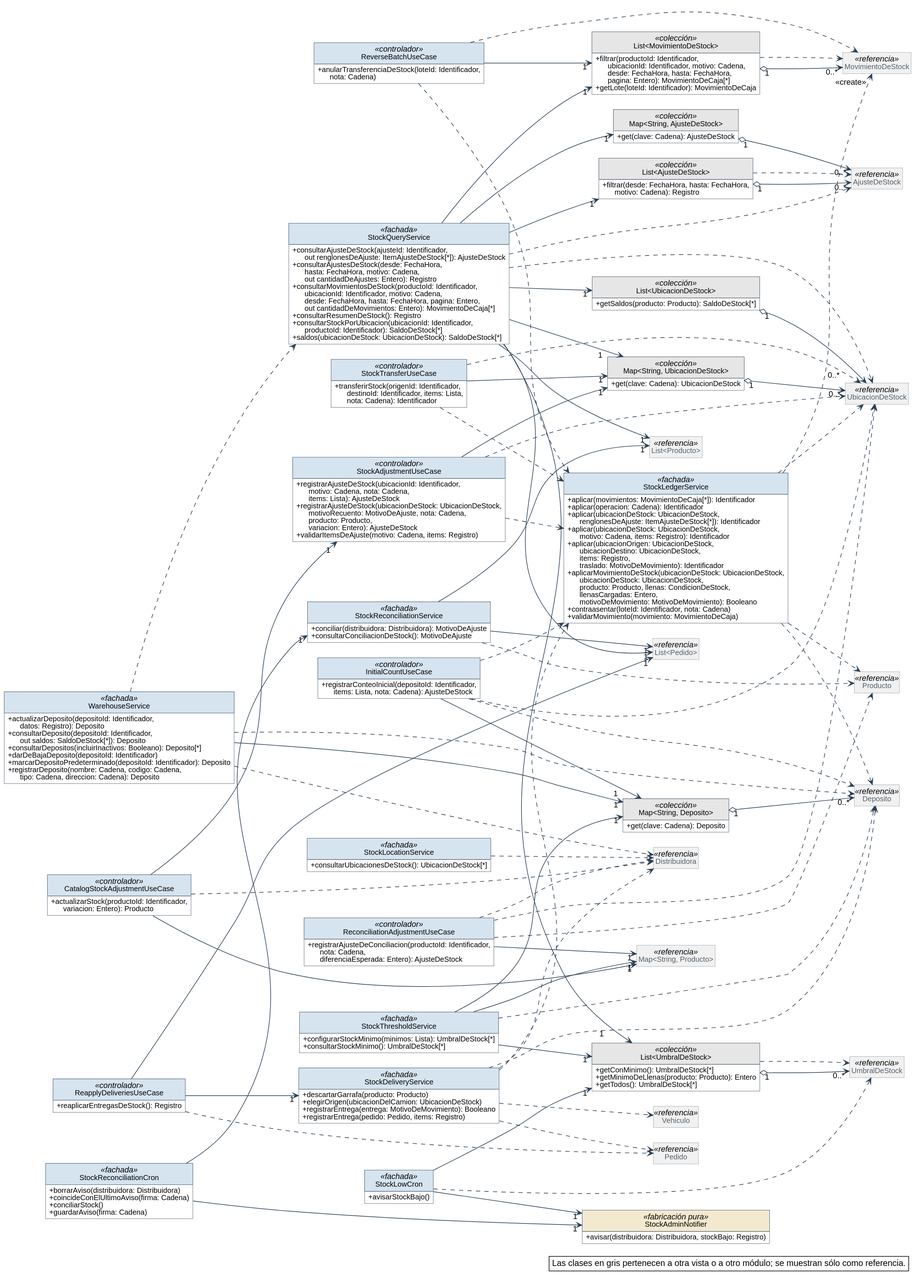
Nahuelito-Dev/splg-docs keeps this PlantUML diagram as diagramas/clases-diseno/DC_Mod_Stock.svg. Above is the earlier version. The source it was exported from:
```plantuml
@startuml
skinparam backgroundColor #FFFFFF
skinparam shadowing false
skinparam defaultFontName Helvetica
skinparam defaultFontSize 13
skinparam dpi 150
skinparam nodesep 40
skinparam ranksep 55
skinparam classAttributeIconSize 0
skinparam roundCorner 0
skinparam genericDisplay old
skinparam class {
  BorderColor #2C4257
  BackgroundColor #FFFFFF
  ArrowColor #2C4257
  FontSize 14
  AttributeFontSize 12
  HeaderBackgroundColor #E8EEF3
}
skinparam class<<referencia>> {
  BackgroundColor #F1F1F1
  BorderColor #8A97A3
  FontColor #55616C
}
skinparam class<<fachada>> {
  HeaderBackgroundColor #D6E4F0
}
skinparam class<<controlador>> {
  HeaderBackgroundColor #D6E4F0
}
skinparam class<<fabricación pura>> {
  HeaderBackgroundColor #F3E9CF
}
skinparam class<<colección>> {
  HeaderBackgroundColor #E6E6E6
}
skinparam class<<adaptador>> {
  HeaderBackgroundColor #DCEBDD
}
skinparam interface {
  BorderColor #2C4257
  BackgroundColor #FFFFFF
  HeaderBackgroundColor #DCEBDD
  FontSize 14
  AttributeFontSize 12
}
skinparam note {
  BackgroundColor #FFFFFF
  BorderColor #2C4257
}
skinparam packageStyle rectangle
skinparam package {
  BorderColor #8A97A3
  FontSize 13
  FontColor #55616C
}
hide circle
hide empty members

left to right direction
skinparam nodesep 25
skinparam ranksep 90
class CatalogStockAdjustmentUseCase <<controlador>> {
  + actualizarStock(productoId: Identificador,\n      variacion: Entero): Producto
}
class StockAdjustmentUseCase <<controlador>> {
  + registrarAjusteDeStock(ubicacionId: Identificador,\n      motivo: Cadena, nota: Cadena,\n      items: Lista): AjusteDeStock
  + registrarAjusteDeStock(ubicacionDeStock: UbicacionDeStock,\n      motivoRecuento: MotivoDeAjuste, nota: Cadena,\n      producto: Producto,\n      variacion: Entero): AjusteDeStock
  + validarItemsDeAjuste(motivo: Cadena, items: Registro)
}
class WarehouseService <<fachada>> {
  + actualizarDeposito(depositoId: Identificador,\n      datos: Registro): Deposito
  + consultarDeposito(depositoId: Identificador,\n      out saldos: SaldoDeStock[*]): Deposito
  + consultarDepositos(incluirInactivos: Booleano): Deposito[*]
  + darDeBajaDeposito(depositoId: Identificador)
  + marcarDepositoPredeterminado(depositoId: Identificador): Deposito
  + registrarDeposito(nombre: Cadena, codigo: Cadena,\n      tipo: Cadena, direccion: Cadena): Deposito
}
class "Map<String, Deposito>" as Map_String_Deposito <<colección>> {
  + get(clave: Cadena): Deposito
}
class StockQueryService <<fachada>> {
  + consultarAjusteDeStock(ajusteId: Identificador,\n      out renglonesDeAjuste: ItemAjusteDeStock[*]): AjusteDeStock
  + consultarAjustesDeStock(desde: FechaHora,\n      hasta: FechaHora, motivo: Cadena,\n      out cantidadDeAjustes: Entero): Registro
  + consultarMovimientosDeStock(productoId: Identificador,\n      ubicacionId: Identificador, motivo: Cadena,\n      desde: FechaHora, hasta: FechaHora, pagina: Entero,\n      out cantidadDeMovimientos: Entero): MovimientoDeCaja[*]
  + consultarResumenDeStock(): Registro
  + consultarStockPorUbicacion(ubicacionId: Identificador,\n      productoId: Identificador): SaldoDeStock[*]
  + saldos(ubicacionDeStock: UbicacionDeStock): SaldoDeStock[*]
}
class "Map<String, UbicacionDeStock>" as Map_String_UbicacionDeStock <<colección>> {
  + get(clave: Cadena): UbicacionDeStock
}
class StockLocationService <<fachada>> {
  + consultarUbicacionesDeStock(): UbicacionDeStock[*]
}
class "List<MovimientoDeStock>" as List_MovimientoDeStock <<colección>> {
  + filtrar(productoId: Identificador,\n      ubicacionId: Identificador, motivo: Cadena,\n      desde: FechaHora, hasta: FechaHora,\n      pagina: Entero): MovimientoDeCaja[*]
  + getLote(loteId: Identificador): MovimientoDeCaja
}
class StockThresholdService <<fachada>> {
  + configurarStockMinimo(minimos: Lista): UmbralDeStock[*]
  + consultarStockMinimo(): UmbralDeStock[*]
}
class "List<UmbralDeStock>" as List_UmbralDeStock <<colección>> {
  + getConMinimo(): UmbralDeStock[*]
  + getMinimoDeLlenas(producto: Producto): Entero
  + getTodos(): UmbralDeStock[*]
}
class StockLowCron <<fachada>> {
  + avisarStockBajo()
}
class StockAdminNotifier <<fabricación pura>> {
  + avisar(distribuidora: Distribuidora, stockBajo: Registro)
}
class StockTransferUseCase <<controlador>> {
  + transferirStock(origenId: Identificador,\n      destinoId: Identificador, items: Lista,\n      nota: Cadena): Identificador
}
class StockLedgerService <<fachada>> {
  + aplicar(movimientos: MovimientoDeCaja[*]): Identificador
  + aplicar(operacion: Cadena): Identificador
  + aplicar(ubicacionDeStock: UbicacionDeStock,\n      renglonesDeAjuste: ItemAjusteDeStock[*]): Identificador
  + aplicar(ubicacionDeStock: UbicacionDeStock,\n      motivo: Cadena, items: Registro): Identificador
  + aplicar(ubicacionOrigen: UbicacionDeStock,\n      ubicacionDestino: UbicacionDeStock,\n      items: Registro,\n      traslado: MotivoDeMovimiento): Identificador
  + aplicarMovimientoDeStock(ubicacionDeStock: UbicacionDeStock,\n      ubicacionDeStock: UbicacionDeStock,\n      producto: Producto, llenas: CondicionDeStock,\n      llenasCargadas: Entero,\n      motivoDeMovimiento: MotivoDeMovimiento): Booleano
  + contraasentar(loteId: Identificador, nota: Cadena)
  + validarMovimiento(movimiento: MovimientoDeCaja)
}
class StockDeliveryService <<fachada>> {
  + descartarGarrafa(producto: Producto)
  + elegirOrigen(ubicacionDelCamion: UbicacionDeStock)
  + registrarEntrega(entrega: MotivoDeMovimiento): Booleano
  + registrarEntrega(pedido: Pedido, items: Registro)
}
class StockReconciliationCron <<fachada>> {
  + borrarAviso(distribuidora: Distribuidora)
  + coincideConElUltimoAviso(firma: Cadena)
  + conciliarStock()
  + guardarAviso(firma: Cadena)
}
class StockReconciliationService <<fachada>> {
  + conciliar(distribuidora: Distribuidora): MotivoDeAjuste
  + consultarConciliacionDeStock(): MotivoDeAjuste
}
class InitialCountUseCase <<controlador>> {
  + registrarConteoInicial(depositoId: Identificador,\n      items: Lista, nota: Cadena): AjusteDeStock
}
class "Map<String, AjusteDeStock>" as Map_String_AjusteDeStock <<colección>> {
  + get(clave: Cadena): AjusteDeStock
}
class "List<AjusteDeStock>" as List_AjusteDeStock <<colección>> {
  + filtrar(desde: FechaHora, hasta: FechaHora,\n      motivo: Cadena): Registro
}
class ReverseBatchUseCase <<controlador>> {
  + anularTransferenciaDeStock(loteId: Identificador,\n      nota: Cadena)
}
class ReconciliationAdjustmentUseCase <<controlador>> {
  + registrarAjusteDeConciliacion(productoId: Identificador,\n      nota: Cadena,\n      diferenciaEsperada: Entero): AjusteDeStock
}
class ReapplyDeliveriesUseCase <<controlador>> {
  + reaplicarEntregasDeStock(): Registro
}
class "List<UbicacionDeStock>" as List_UbicacionDeStock <<colección>> {
  + getSaldos(producto: Producto): SaldoDeStock[*]
}
class Deposito <<referencia>>
class UbicacionDeStock <<referencia>>
class MovimientoDeStock <<referencia>>
class UmbralDeStock <<referencia>>
class AjusteDeStock <<referencia>>
class "Map<String, Producto>" as Map_String_Producto <<referencia>>
class "List<Pedido>" as List_Pedido <<referencia>>
class "List<Producto>" as List_Producto <<referencia>>
class Distribuidora <<referencia>>
class Pedido <<referencia>>
class Producto <<referencia>>
class Vehiculo <<referencia>>

Map_String_Deposito "1" o--> "0..*" Deposito
Map_String_UbicacionDeStock "1" o--> "0..*" UbicacionDeStock
List_MovimientoDeStock "1" o--> "0..*" MovimientoDeStock
List_UmbralDeStock "1" o--> "0..*" UmbralDeStock
Map_String_AjusteDeStock "1" o--> "0..*" AjusteDeStock
List_AjusteDeStock "1" o--> "0..*" AjusteDeStock
List_UbicacionDeStock "1" o--> "0..*" UbicacionDeStock
CatalogStockAdjustmentUseCase --> "1" Map_String_Producto
CatalogStockAdjustmentUseCase --> "1" StockAdjustmentUseCase
InitialCountUseCase --> "1" Map_String_Deposito
ReapplyDeliveriesUseCase --> "1" List_Pedido
ReapplyDeliveriesUseCase --> "1" StockDeliveryService
ReconciliationAdjustmentUseCase --> "1" Map_String_Producto
ReverseBatchUseCase --> "1" List_MovimientoDeStock
StockAdjustmentUseCase --> "1" Map_String_UbicacionDeStock
StockLowCron --> "1" List_UmbralDeStock
StockLowCron --> "1" StockAdminNotifier
StockQueryService --> "1" List_AjusteDeStock
StockQueryService --> "1" List_MovimientoDeStock
StockQueryService --> "1" List_Pedido
StockQueryService --> "1" List_Producto
StockQueryService --> "1" List_UbicacionDeStock
StockQueryService --> "1" List_UmbralDeStock
StockQueryService --> "1" Map_String_AjusteDeStock
StockQueryService --> "1" Map_String_UbicacionDeStock
StockReconciliationCron --> "1" StockAdminNotifier
StockReconciliationCron --> "1" StockReconciliationService
StockReconciliationService --> "1" List_Pedido
StockReconciliationService --> "1" List_Producto
StockThresholdService --> "1" List_UmbralDeStock
StockThresholdService --> "1" Map_String_Deposito
StockThresholdService --> "1" Map_String_Producto
StockTransferUseCase --> "1" Map_String_UbicacionDeStock
WarehouseService --> "1" Map_String_Deposito
CatalogStockAdjustmentUseCase ..> Distribuidora
InitialCountUseCase ..> Deposito
InitialCountUseCase ..> StockLedgerService
InitialCountUseCase ..> UbicacionDeStock
List_AjusteDeStock ..> AjusteDeStock
List_MovimientoDeStock ..> MovimientoDeStock
List_UmbralDeStock ..> UmbralDeStock
ReapplyDeliveriesUseCase ..> Pedido
ReconciliationAdjustmentUseCase ..> Distribuidora
ReconciliationAdjustmentUseCase ..> Producto
ReconciliationAdjustmentUseCase ..> UbicacionDeStock
ReverseBatchUseCase ..> MovimientoDeStock
ReverseBatchUseCase ..> StockLedgerService
StockAdjustmentUseCase ..> StockLedgerService
StockAdjustmentUseCase ..> UbicacionDeStock
StockDeliveryService ..> Deposito
StockDeliveryService ..> Distribuidora
StockDeliveryService ..> Pedido
StockDeliveryService ..> StockLedgerService
StockDeliveryService ..> Vehiculo
StockLedgerService ..> Deposito
StockLedgerService ..> "<<create>>" MovimientoDeStock
StockLedgerService ..> Producto
StockLedgerService ..> UbicacionDeStock
StockLocationService ..> Distribuidora
StockLowCron ..> UmbralDeStock
StockQueryService ..> AjusteDeStock
StockQueryService ..> UbicacionDeStock
StockReconciliationService ..> Producto
StockThresholdService ..> Deposito
StockTransferUseCase ..> StockLedgerService
StockTransferUseCase ..> UbicacionDeStock
WarehouseService ..> Deposito
WarehouseService ..> Distribuidora
WarehouseService ..> StockQueryService

legend bottom right
  Las clases en gris pertenecen a otra vista o a otro módulo; se muestran sólo como referencia.
endlegend
@enduml
```
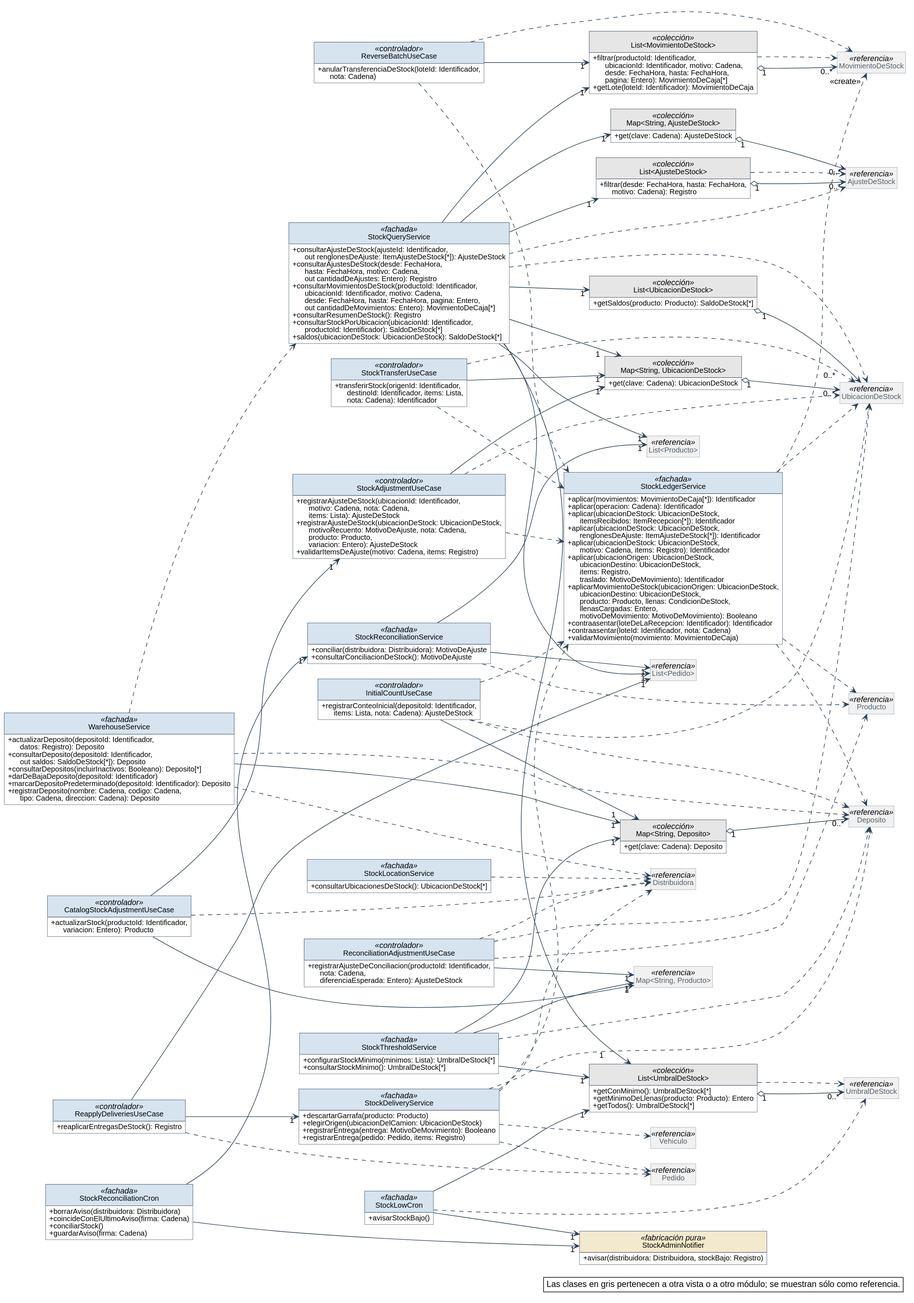
Above is the later version.

Diff of the diagram source:
```diff
@@ -118,10 +118,12 @@
 class StockLedgerService <<fachada>> {
   + aplicar(movimientos: MovimientoDeCaja[*]): Identificador
   + aplicar(operacion: Cadena): Identificador
+  + aplicar(ubicacionDeStock: UbicacionDeStock,\n      itemsRecibidos: ItemRecepcion[*]): Identificador
   + aplicar(ubicacionDeStock: UbicacionDeStock,\n      renglonesDeAjuste: ItemAjusteDeStock[*]): Identificador
   + aplicar(ubicacionDeStock: UbicacionDeStock,\n      motivo: Cadena, items: Registro): Identificador
   + aplicar(ubicacionOrigen: UbicacionDeStock,\n      ubicacionDestino: UbicacionDeStock,\n      items: Registro,\n      traslado: MotivoDeMovimiento): Identificador
-  + aplicarMovimientoDeStock(ubicacionDeStock: UbicacionDeStock,\n      ubicacionDeStock: UbicacionDeStock,\n      producto: Producto, llenas: CondicionDeStock,\n      llenasCargadas: Entero,\n      motivoDeMovimiento: MotivoDeMovimiento): Booleano
+  + aplicarMovimientoDeStock(ubicacionOrigen: UbicacionDeStock,\n      ubicacionDestino: UbicacionDeStock,\n      producto: Producto, llenas: CondicionDeStock,\n      llenasCargadas: Entero,\n      motivoDeMovimiento: MotivoDeMovimiento): Booleano
+  + contraasentar(loteDeLaRecepcion: Identificador): Identificador
   + contraasentar(loteId: Identificador, nota: Cadena)
   + validarMovimiento(movimiento: MovimientoDeCaja)
 }
```
